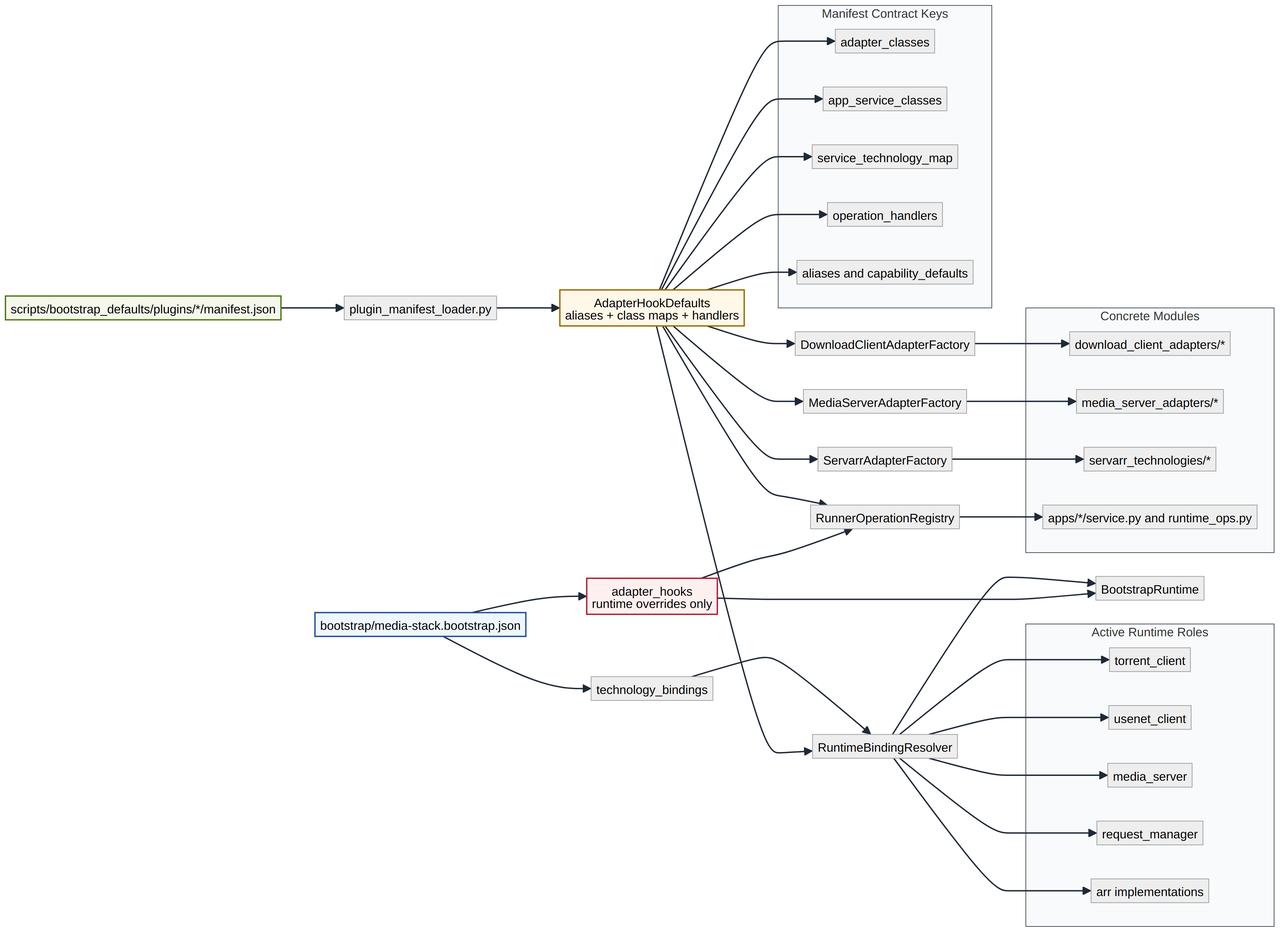
Earlier version of the Mermaid export docs/diagrams/technology-adapter-model.png (mploschiavo/mediaserver). Its source is kept beside it as docs/diagrams/technology-adapter-model.mmd.
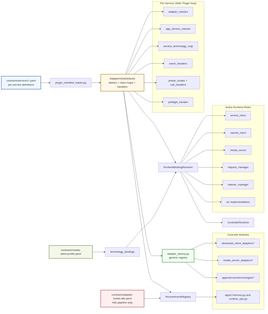
Above is the later version.

Commit message:
Update software-component-model and technology-adapter-model diagrams

What changed in the source:
```diff
@@ -1,34 +1,34 @@
 flowchart LR
-  CFG[contracts/media-stack.config.json]
+  SVC[contracts/services/*.yaml<br/>per-service definitions]
+  PROF[contracts/media-stack.profile.yaml]
   BIND[technology_bindings]
-  RH[adapter_hooks<br/>runtime overrides only]
+  K8S[contracts/adapter-hooks.k8s.yaml<br/>K8s pipeline only]
 
-  PM[src/media_stack/contracts/plugins/*/manifest.json]
   LOAD[plugin_manifest_loader.py]
   DEF[AdapterHookDefaults<br/>aliases + class maps + handlers]
 
   RES[RuntimeBindingResolver]
-  RT[BootstrapRuntime]
+  RT[ControllerRuntime]
 
+  AF[adapter_factory.py<br/>generic registry]
   OPREG[RunnerEventRegistry]
-  DLF[DownloadClientAdapterFactory]
-  MSF[MediaServerAdapterFactory]
-  SAF[ServarrAdapterFactory]
 
   subgraph Roles[Active Runtime Roles]
     TOR[torrent_client]
     USE[usenet_client]
     MED[media_server]
     RQM[request_manager]
+    IDX[indexer_manager]
     ARR[arr implementations]
   end
 
-  subgraph Contracts[Manifest Contract Keys]
+  subgraph Contracts[Per-Service YAML Plugin Keys]
     C1[adapter_classes]
     C2[app_service_classes]
     C3[service_technology_map]
-    C4[event_handlers<br/>plus legacy operation_handlers]
-    C5[aliases and capability_defaults]
+    C4[event_handlers]
+    C5[phase_scripts + call_handlers]
+    C6[preflight_handler]
   end
 
   subgraph Impl[Concrete Modules]
@@ -38,38 +38,35 @@
     APS[apps/*/service.py and runtime_ops.py]
   end
 
-  CFG --> BIND --> RES
-  CFG --> RH
+  SVC --> LOAD --> DEF
+  PROF --> BIND --> RES
+  K8S --> OPREG
 
-  PM --> LOAD --> DEF
   DEF --> C1
   DEF --> C2
   DEF --> C3
   DEF --> C4
   DEF --> C5
+  DEF --> C6
 
   DEF --> RES
   RES --> TOR
   RES --> USE
   RES --> MED
   RES --> RQM
+  RES --> IDX
   RES --> ARR
   RES --> RT
 
-  DEF --> DLF
-  DEF --> MSF
-  DEF --> SAF
+  DEF --> AF
+  AF --> TCA
+  AF --> MSA
+  AF --> SVA
   DEF --> OPREG
-
-  RH --> OPREG
-  RH --> RT
-
-  DLF --> TCA
-  MSF --> MSA
-  SAF --> SVA
   OPREG --> APS
 
-  style CFG fill:#eef7ff,stroke:#1f4f99,stroke-width:2px
-  style PM fill:#f4f7ea,stroke:#507a18,stroke-width:2px
+  style SVC fill:#eef7ff,stroke:#1f4f99,stroke-width:2px
+  style PROF fill:#f4f7ea,stroke:#507a18,stroke-width:2px
   style DEF fill:#fff7e8,stroke:#9a6b00,stroke-width:2px
-  style RH fill:#fff0f0,stroke:#ad1f2f,stroke-width:2px
+  style K8S fill:#fff0f0,stroke:#ad1f2f,stroke-width:2px
+  style AF fill:#f0fff0,stroke:#2a7a2a,stroke-width:2px
```
